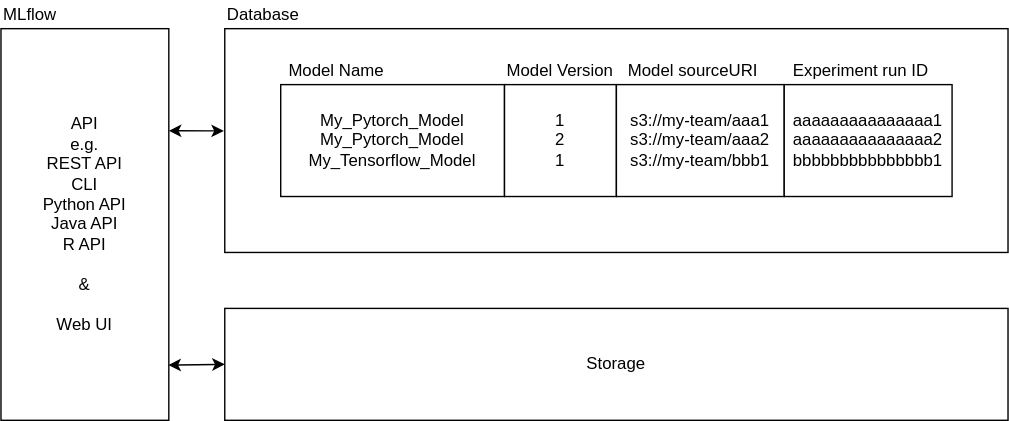
Above: mlflow_model_registry.drawio.svg in Minyus/mlflow_docs (draw.io), before the change. Source tidied: cells renumbered, new cells last; positions are measured from the earlier drawing's top-left corner, leaving out a move shared by most shapes.
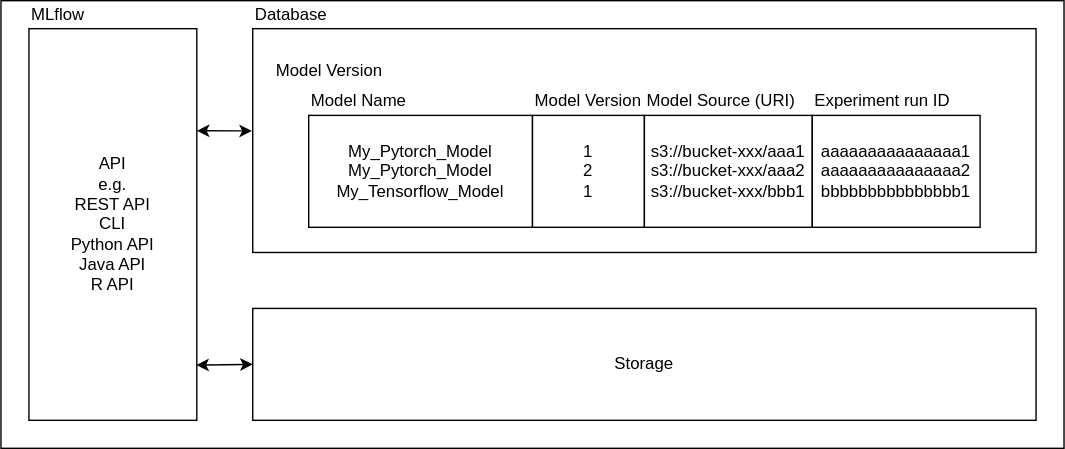
After the change.

What changed in the source:
```diff
@@ -2,11 +2,14 @@
   <root>
     <mxCell id="0" />
     <mxCell id="1" parent="0" />
+    <mxCell id="17" style="rounded=0;whiteSpace=wrap;html=1;" parent="1" vertex="1">
+      <mxGeometry x="-20" y="-22" width="760" height="320" as="geometry" />
+    </mxCell>
     <mxCell id="2" style="rounded=0;whiteSpace=wrap;html=1;" parent="1" vertex="1">
-      <mxGeometry x="160" y="20" width="560" height="160" as="geometry" />
+      <mxGeometry x="160" y="-2" width="560" height="160" as="geometry" />
     </mxCell>
-    <mxCell id="3" value="API&lt;br&gt;e.g.&lt;br&gt;REST API&lt;br&gt;CLI&lt;br&gt;Python API&lt;br&gt;Java API&lt;br&gt;R API&lt;br&gt;&lt;br&gt;&amp;amp;&lt;br&gt;&lt;br&gt;Web UI" style="rounded=0;whiteSpace=wrap;html=1;" parent="1" vertex="1">
-      <mxGeometry y="20" width="120" height="280" as="geometry" />
+    <mxCell id="3" value="API&lt;br&gt;e.g.&lt;br&gt;REST API&lt;br&gt;CLI&lt;br&gt;Python API&lt;br&gt;Java API&lt;br&gt;R API" style="rounded=0;whiteSpace=wrap;html=1;" parent="1" vertex="1">
+      <mxGeometry y="-2" width="120" height="280" as="geometry" />
     </mxCell>
     <mxCell id="4" value="My_Pytorch_Model&lt;br&gt;My_Pytorch_Model&lt;br&gt;My_Tensorflow_Model" style="rounded=0;whiteSpace=wrap;html=1;" parent="1" vertex="1">
       <mxGeometry x="200" y="60" width="160" height="80" as="geometry" />
@@ -14,40 +17,43 @@
     <mxCell id="5" value="1&lt;br&gt;2&lt;br&gt;1" style="rounded=0;whiteSpace=wrap;html=1;" parent="1" vertex="1">
       <mxGeometry x="360" y="60" width="80" height="80" as="geometry" />
     </mxCell>
-    <mxCell id="6" value="s3://my-team/aaa1&lt;br&gt;s3://my-team/aaa2&lt;br&gt;s3://my-team/bbb1" style="rounded=0;whiteSpace=wrap;html=1;" parent="1" vertex="1">
+    <mxCell id="6" value="s3://bucket-xxx/aaa1&lt;br&gt;s3://bucket-xxx/aaa2&lt;br&gt;s3://bucket-xxx/bbb1" style="rounded=0;whiteSpace=wrap;html=1;" parent="1" vertex="1">
       <mxGeometry x="440" y="60" width="120" height="80" as="geometry" />
     </mxCell>
-    <mxCell id="7" value="Model Version" style="text;html=1;strokeColor=none;fillColor=none;align=center;verticalAlign=middle;whiteSpace=wrap;rounded=0;" parent="1" vertex="1">
+    <mxCell id="7" value="Model Version" style="text;html=1;strokeColor=none;fillColor=none;align=left;verticalAlign=middle;whiteSpace=wrap;rounded=0;" parent="1" vertex="1">
       <mxGeometry x="360" y="40" width="80" height="20" as="geometry" />
     </mxCell>
-    <mxCell id="8" value="Model Name" style="text;html=1;strokeColor=none;fillColor=none;align=center;verticalAlign=middle;whiteSpace=wrap;rounded=0;" parent="1" vertex="1">
+    <mxCell id="8" value="Model Name" style="text;html=1;strokeColor=none;fillColor=none;align=left;verticalAlign=middle;whiteSpace=wrap;rounded=0;" parent="1" vertex="1">
       <mxGeometry x="200" y="40" width="80" height="20" as="geometry" />
     </mxCell>
-    <mxCell id="9" value="Model sourceURI" style="text;html=1;strokeColor=none;fillColor=none;align=center;verticalAlign=middle;whiteSpace=wrap;rounded=0;" parent="1" vertex="1">
+    <mxCell id="9" value="Model Source (URI)" style="text;html=1;strokeColor=none;fillColor=none;align=left;verticalAlign=middle;whiteSpace=wrap;rounded=0;" parent="1" vertex="1">
       <mxGeometry x="440" y="40" width="110" height="20" as="geometry" />
     </mxCell>
     <mxCell id="10" value="Database" style="text;html=1;strokeColor=none;fillColor=none;align=left;verticalAlign=middle;whiteSpace=wrap;rounded=0;" parent="1" vertex="1">
-      <mxGeometry x="160" width="70" height="20" as="geometry" />
+      <mxGeometry x="160" y="-22" width="70" height="20" as="geometry" />
     </mxCell>
     <mxCell id="11" value="Storage" style="rounded=0;whiteSpace=wrap;html=1;" parent="1" vertex="1">
-      <mxGeometry x="160" y="220" width="560" height="80" as="geometry" />
+      <mxGeometry x="160" y="198" width="560" height="80" as="geometry" />
     </mxCell>
     <mxCell id="12" style="endArrow=classic;startArrow=classic;html=1;entryX=-0.001;entryY=0.457;entryDx=0;entryDy=0;entryPerimeter=0;" parent="1" edge="1" target="2">
       <mxGeometry relative="1" as="geometry">
-        <mxPoint x="120" y="93" as="sourcePoint" />
+        <mxPoint x="120" y="71" as="sourcePoint" />
       </mxGeometry>
     </mxCell>
     <mxCell id="13" style="endArrow=classic;startArrow=classic;html=1;exitX=0.997;exitY=0.859;exitDx=0;exitDy=0;exitPerimeter=0;entryX=0;entryY=0.5;entryDx=0;entryDy=0;" parent="1" edge="1" source="3" target="11">
       <mxGeometry relative="1" as="geometry" />
     </mxCell>
     <mxCell id="14" value="MLflow" style="text;html=1;strokeColor=none;fillColor=none;align=left;verticalAlign=middle;whiteSpace=wrap;rounded=0;" parent="1" vertex="1">
-      <mxGeometry width="70" height="20" as="geometry" />
+      <mxGeometry y="-22" width="70" height="20" as="geometry" />
     </mxCell>
     <mxCell id="15" value="aaaaaaaaaaaaaaa1&lt;br&gt;aaaaaaaaaaaaaaa2&lt;br&gt;bbbbbbbbbbbbbbb1" style="rounded=0;whiteSpace=wrap;html=1;" parent="1" vertex="1">
       <mxGeometry x="560" y="60" width="120" height="80" as="geometry" />
     </mxCell>
-    <mxCell id="16" value="Experiment run ID" style="text;html=1;strokeColor=none;fillColor=none;align=center;verticalAlign=middle;whiteSpace=wrap;rounded=0;" parent="1" vertex="1">
+    <mxCell id="16" value="Experiment run ID" style="text;html=1;strokeColor=none;fillColor=none;align=left;verticalAlign=middle;whiteSpace=wrap;rounded=0;" parent="1" vertex="1">
       <mxGeometry x="560" y="40" width="110" height="20" as="geometry" />
     </mxCell>
+    <mxCell id="18" value="Model Version" style="text;html=1;strokeColor=none;fillColor=none;align=center;verticalAlign=middle;whiteSpace=wrap;rounded=0;" parent="1" vertex="1">
+      <mxGeometry x="170" y="18" width="90" height="20" as="geometry" />
+    </mxCell>
   </root>
 </mxGraphModel>
```
